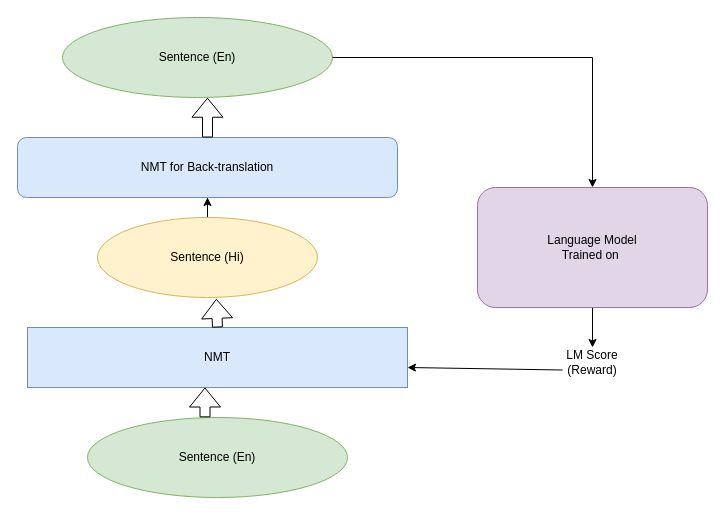
Above: LM_reward.drawio in babangain/drawio (draw.io), before the change. Source tidied: cells renumbered, new cells numbered last; positions are measured from the earlier drawing's top-left corner, leaving out a move shared by most shapes. Both pictures are drawn from the tidied source at 100%, with x=0, y=0 at pixel (17, 17).
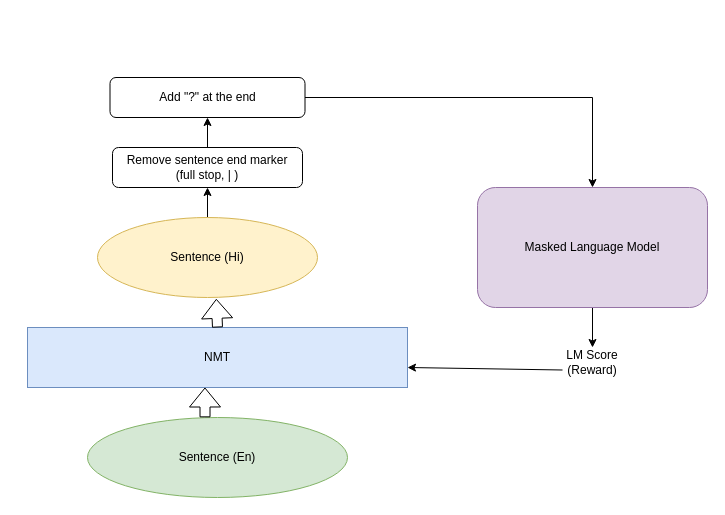
Above is the later version.

What changed in the source:
```diff
@@
 <mxGraphModel>
   <root>
     <mxCell id="0" />
     <mxCell id="1" parent="0" />
     <mxCell id="2" value="&lt;p style=&quot;line-height: 2.6;&quot;&gt;NMT&lt;/p&gt;" style="rounded=0;whiteSpace=wrap;html=1;fillColor=#dae8fc;strokeColor=#6c8ebf;" parent="1" vertex="1">
       <mxGeometry x="10" y="310" width="380" height="60" as="geometry" />
     </mxCell>
     <mxCell id="3" value="Sentence (En)" style="ellipse;whiteSpace=wrap;html=1;fillColor=#d5e8d4;strokeColor=#82b366;" parent="1" vertex="1">
       <mxGeometry x="70" y="400" width="260" height="80" as="geometry" />
     </mxCell>
     <mxCell id="4" style="shape=flexArrow;endArrow=classic;html=1;rounded=0;exitX=0.452;exitY=-0.002;exitDx=0;exitDy=0;exitPerimeter=0;entryX=0.467;entryY=1;entryDx=0;entryDy=0;entryPerimeter=0;" parent="1" edge="1" source="3" target="2">
       <mxGeometry relative="1" as="geometry" />
     </mxCell>
-    <mxCell id="5" style="edgeStyle=orthogonalEdgeStyle;rounded=0;jettySize=auto;html=1;" parent="1" edge="1" source="6" target="10">
-      <mxGeometry relative="1" as="geometry" />
-    </mxCell>
+    <mxCell id="16" style="edgeStyle=orthogonalEdgeStyle;rounded=0;jettySize=auto;html=1;" parent="1" edge="1" source="6" target="18">
+      <mxGeometry relative="1" as="geometry" />
+    </mxCell>
     <mxCell id="6" value="Sentence (Hi)" style="ellipse;whiteSpace=wrap;html=1;fillColor=#fff2cc;strokeColor=#d6b656;" parent="1" vertex="1">
       <mxGeometry x="80" y="200" width="220" height="80" as="geometry" />
     </mxCell>
     <mxCell id="7" style="shape=flexArrow;endArrow=classic;html=1;rounded=0;exitX=0.5;exitY=0;exitDx=0;exitDy=0;entryX=0.54;entryY=1.017;entryDx=0;entryDy=0;entryPerimeter=0;" parent="1" edge="1" source="2" target="6">
       <mxGeometry relative="1" as="geometry" />
     </mxCell>
     <mxCell id="8" style="edgeStyle=orthogonalEdgeStyle;rounded=0;jettySize=auto;html=1;" parent="1" edge="1" source="9" target="14">
       <mxGeometry relative="1" as="geometry" />
     </mxCell>
-    <mxCell id="9" value="Language Model&lt;br&gt;Trained on&amp;nbsp;" style="rounded=1;whiteSpace=wrap;html=1;fillColor=#e1d5e7;strokeColor=#9673a6;" parent="1" vertex="1">
+    <mxCell id="9" value="Masked Language Model" style="rounded=1;whiteSpace=wrap;html=1;fillColor=#e1d5e7;strokeColor=#9673a6;" parent="1" vertex="1">
       <mxGeometry x="460" y="170" width="230" height="120" as="geometry" />
     </mxCell>
-    <mxCell id="10" value="NMT for Back-translation" style="rounded=1;whiteSpace=wrap;html=1;fillColor=#dae8fc;strokeColor=#6c8ebf;" parent="1" vertex="1">
-      <mxGeometry y="120" width="380" height="60" as="geometry" />
-    </mxCell>
-    <mxCell id="11" value="Sentence (En)" style="ellipse;whiteSpace=wrap;html=1;fillColor=#d5e8d4;strokeColor=#82b366;" parent="1" vertex="1">
-      <mxGeometry x="45" width="270" height="80" as="geometry" />
-    </mxCell>
-    <mxCell id="12" style="shape=flexArrow;endArrow=classic;html=1;rounded=0;exitX=0.5;exitY=0;exitDx=0;exitDy=0;entryX=0.537;entryY=1.003;entryDx=0;entryDy=0;entryPerimeter=0;" parent="1" edge="1" source="10" target="11">
-      <mxGeometry relative="1" as="geometry" />
-    </mxCell>
-    <mxCell id="13" style="edgeStyle=segmentEdgeStyle;endArrow=classic;html=1;rounded=0;exitX=1;exitY=0.5;exitDx=0;exitDy=0;" parent="1" edge="1" source="11" target="9">
-      <mxGeometry relative="1" as="geometry" />
-    </mxCell>
     <mxCell id="14" value="LM Score (Reward)" style="text;html=1;strokeColor=none;fillColor=none;align=center;verticalAlign=middle;whiteSpace=wrap;rounded=0;" parent="1" vertex="1">
       <mxGeometry x="545" y="330" width="60" height="30" as="geometry" />
     </mxCell>
     <mxCell id="15" style="endArrow=classic;html=1;rounded=0;exitX=0;exitY=0.75;exitDx=0;exitDy=0;" parent="1" edge="1" source="14">
       <mxGeometry relative="1" as="geometry">
         <mxPoint x="390" y="350" as="targetPoint" />
       </mxGeometry>
     </mxCell>
+    <mxCell id="17" style="edgeStyle=orthogonalEdgeStyle;rounded=0;jettySize=auto;html=1;" parent="1" edge="1" source="18" target="19">
+      <mxGeometry relative="1" as="geometry" />
+    </mxCell>
+    <mxCell id="18" value="Remove sentence end marker&lt;br&gt;(full stop, | )" style="rounded=1;whiteSpace=wrap;html=1;" parent="1" vertex="1">
+      <mxGeometry x="95" y="130" width="190" height="40" as="geometry" />
+    </mxCell>
+    <mxCell id="19" value="Add &quot;?&quot; at the end" style="rounded=1;whiteSpace=wrap;html=1;" parent="1" vertex="1">
+      <mxGeometry x="92.5" y="60" width="195" height="40" as="geometry" />
+    </mxCell>
+    <mxCell id="20" style="endArrow=classic;html=1;rounded=0;exitX=1;exitY=0.5;exitDx=0;exitDy=0;entryX=0.5;entryY=0;entryDx=0;entryDy=0;" parent="1" edge="1" source="19" target="9">
+      <mxGeometry relative="1" as="geometry">
+        <Array as="points">
+          <mxPoint x="575" y="80" />
+        </Array>
+      </mxGeometry>
+    </mxCell>
   </root>
 </mxGraphModel>
```
